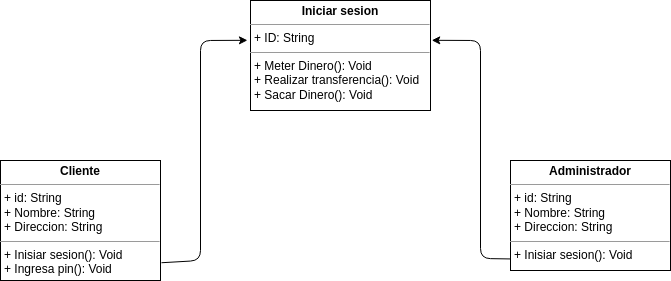
The draw.io diagram Casos de uso/Casos_de_uso_Gestion_cajero/Diagrama.drawio.png in JVC0/ETS, before a commit. Source tidied: cells renumbered, new cells last; positions are measured from the earlier drawing's top-left corner, leaving out a move shared by most shapes. Source of this version:
```xml
<mxGraphModel background="#FFFFFF">
  <root>
    <mxCell id="0" />
    <mxCell id="1" parent="0" />
    <mxCell id="2" style="edgeStyle=none;html=1;entryX=-0.017;entryY=0.362;entryDx=0;entryDy=0;entryPerimeter=0;exitX=1.006;exitY=0.852;exitDx=0;exitDy=0;exitPerimeter=0;" parent="1" edge="1" source="3" target="6">
      <mxGeometry relative="1" as="geometry">
        <Array as="points">
          <mxPoint x="200" y="260" />
          <mxPoint x="200" y="40" />
        </Array>
      </mxGeometry>
    </mxCell>
    <mxCell id="3" value="&lt;p style=&quot;margin:0px;margin-top:4px;text-align:center;&quot;&gt;&lt;b&gt;Cliente&lt;/b&gt;&lt;/p&gt;&lt;hr size=&quot;1&quot;&gt;&lt;p style=&quot;margin:0px;margin-left:4px;&quot;&gt;+ id: String&lt;/p&gt;&lt;p style=&quot;border-color: var(--border-color); margin: 0px 0px 0px 4px;&quot;&gt;+ Nombre: String&lt;/p&gt;&lt;p style=&quot;border-color: var(--border-color); margin: 0px 0px 0px 4px;&quot;&gt;+ Direccion: String&lt;/p&gt;&lt;hr size=&quot;1&quot;&gt;&lt;p style=&quot;margin:0px;margin-left:4px;&quot;&gt;&lt;span style=&quot;background-color: initial;&quot;&gt;+ Inisiar sesion(): Void&lt;/span&gt;&lt;br&gt;&lt;/p&gt;&lt;p style=&quot;border-color: var(--border-color); margin: 0px 0px 0px 4px;&quot;&gt;&lt;span style=&quot;border-color: var(--border-color); background-color: initial;&quot;&gt;+ Ingresa pin(): Void&lt;/span&gt;&lt;br style=&quot;border-color: var(--border-color);&quot;&gt;&lt;/p&gt;&lt;div&gt;&lt;span style=&quot;border-color: var(--border-color); background-color: initial;&quot;&gt;&lt;br&gt;&lt;/span&gt;&lt;/div&gt;&lt;p style=&quot;margin:0px;margin-left:4px;&quot;&gt;&lt;br&gt;&lt;/p&gt;" style="verticalAlign=top;align=left;overflow=fill;fontSize=12;fontFamily=Helvetica;html=1;" parent="1" vertex="1">
      <mxGeometry y="160" width="160" height="120" as="geometry" />
    </mxCell>
    <mxCell id="4" style="edgeStyle=none;html=1;entryX=1.007;entryY=0.362;entryDx=0;entryDy=0;entryPerimeter=0;exitX=-0.001;exitY=0.895;exitDx=0;exitDy=0;exitPerimeter=0;" parent="1" edge="1" source="5" target="6">
      <mxGeometry relative="1" as="geometry">
        <Array as="points">
          <mxPoint x="480" y="258" />
          <mxPoint x="480" y="40" />
        </Array>
      </mxGeometry>
    </mxCell>
    <mxCell id="5" value="&lt;p style=&quot;margin:0px;margin-top:4px;text-align:center;&quot;&gt;&lt;b&gt;Administrador&lt;/b&gt;&lt;/p&gt;&lt;hr size=&quot;1&quot;&gt;&lt;p style=&quot;border-color: var(--border-color); margin: 0px 0px 0px 4px;&quot;&gt;+ id: String&lt;/p&gt;&lt;p style=&quot;border-color: var(--border-color); margin: 0px 0px 0px 4px;&quot;&gt;+ Nombre: String&lt;/p&gt;&lt;p style=&quot;border-color: var(--border-color); margin: 0px 0px 0px 4px;&quot;&gt;+ Direccion: String&lt;/p&gt;&lt;hr size=&quot;1&quot;&gt;&lt;p style=&quot;border-color: var(--border-color); margin: 0px 0px 0px 4px;&quot;&gt;&lt;span style=&quot;border-color: var(--border-color); background-color: initial;&quot;&gt;+ Inisiar sesion(): Void&lt;/span&gt;&lt;/p&gt;" style="verticalAlign=top;align=left;overflow=fill;fontSize=12;fontFamily=Helvetica;html=1;" parent="1" vertex="1">
      <mxGeometry x="510" y="160" width="160" height="110" as="geometry" />
    </mxCell>
    <mxCell id="6" value="&lt;p style=&quot;margin:0px;margin-top:4px;text-align:center;&quot;&gt;&lt;b&gt;Iniciar sesion&lt;/b&gt;&lt;/p&gt;&lt;hr size=&quot;1&quot;&gt;&lt;p style=&quot;margin:0px;margin-left:4px;&quot;&gt;+ ID: String&lt;/p&gt;&lt;hr size=&quot;1&quot;&gt;&lt;p style=&quot;margin:0px;margin-left:4px;&quot;&gt;+ Meter Dinero(): Void&lt;/p&gt;&lt;p style=&quot;margin:0px;margin-left:4px;&quot;&gt;+ Realizar transferencia(): Void&lt;br&gt;&lt;/p&gt;&lt;p style=&quot;margin:0px;margin-left:4px;&quot;&gt;+ Sacar Dinero(): Void&lt;/p&gt;" style="verticalAlign=top;align=left;overflow=fill;fontSize=12;fontFamily=Helvetica;html=1;" parent="1" vertex="1">
      <mxGeometry x="250" width="180" height="110" as="geometry" />
    </mxCell>
  </root>
</mxGraphModel>
```
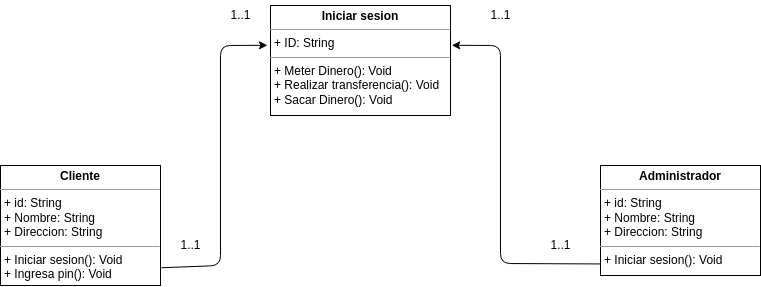
Later version of the same file.

Diff of the diagram source:
```diff
@@ -10,8 +10,8 @@
         </Array>
       </mxGeometry>
     </mxCell>
-    <mxCell id="3" value="&lt;p style=&quot;margin:0px;margin-top:4px;text-align:center;&quot;&gt;&lt;b&gt;Cliente&lt;/b&gt;&lt;/p&gt;&lt;hr size=&quot;1&quot;&gt;&lt;p style=&quot;margin:0px;margin-left:4px;&quot;&gt;+ id: String&lt;/p&gt;&lt;p style=&quot;border-color: var(--border-color); margin: 0px 0px 0px 4px;&quot;&gt;+ Nombre: String&lt;/p&gt;&lt;p style=&quot;border-color: var(--border-color); margin: 0px 0px 0px 4px;&quot;&gt;+ Direccion: String&lt;/p&gt;&lt;hr size=&quot;1&quot;&gt;&lt;p style=&quot;margin:0px;margin-left:4px;&quot;&gt;&lt;span style=&quot;background-color: initial;&quot;&gt;+ Inisiar sesion(): Void&lt;/span&gt;&lt;br&gt;&lt;/p&gt;&lt;p style=&quot;border-color: var(--border-color); margin: 0px 0px 0px 4px;&quot;&gt;&lt;span style=&quot;border-color: var(--border-color); background-color: initial;&quot;&gt;+ Ingresa pin(): Void&lt;/span&gt;&lt;br style=&quot;border-color: var(--border-color);&quot;&gt;&lt;/p&gt;&lt;div&gt;&lt;span style=&quot;border-color: var(--border-color); background-color: initial;&quot;&gt;&lt;br&gt;&lt;/span&gt;&lt;/div&gt;&lt;p style=&quot;margin:0px;margin-left:4px;&quot;&gt;&lt;br&gt;&lt;/p&gt;" style="verticalAlign=top;align=left;overflow=fill;fontSize=12;fontFamily=Helvetica;html=1;" parent="1" vertex="1">
-      <mxGeometry y="160" width="160" height="120" as="geometry" />
+    <mxCell id="3" value="&lt;p style=&quot;margin:0px;margin-top:4px;text-align:center;&quot;&gt;&lt;b&gt;Cliente&lt;/b&gt;&lt;/p&gt;&lt;hr size=&quot;1&quot;&gt;&lt;p style=&quot;margin:0px;margin-left:4px;&quot;&gt;+ id: String&lt;/p&gt;&lt;p style=&quot;border-color: var(--border-color); margin: 0px 0px 0px 4px;&quot;&gt;+ Nombre: String&lt;/p&gt;&lt;p style=&quot;border-color: var(--border-color); margin: 0px 0px 0px 4px;&quot;&gt;+ Direccion: String&lt;/p&gt;&lt;hr size=&quot;1&quot;&gt;&lt;p style=&quot;margin:0px;margin-left:4px;&quot;&gt;&lt;span style=&quot;background-color: initial;&quot;&gt;+ Iniciar sesion(): Void&lt;/span&gt;&lt;br&gt;&lt;/p&gt;&lt;p style=&quot;border-color: var(--border-color); margin: 0px 0px 0px 4px;&quot;&gt;&lt;span style=&quot;border-color: var(--border-color); background-color: initial;&quot;&gt;+ Ingresa pin(): Void&lt;/span&gt;&lt;br style=&quot;border-color: var(--border-color);&quot;&gt;&lt;/p&gt;&lt;div&gt;&lt;span style=&quot;border-color: var(--border-color); background-color: initial;&quot;&gt;&lt;br&gt;&lt;/span&gt;&lt;/div&gt;&lt;p style=&quot;margin:0px;margin-left:4px;&quot;&gt;&lt;br&gt;&lt;/p&gt;" style="verticalAlign=top;align=left;overflow=fill;fontSize=12;fontFamily=Helvetica;html=1;" parent="1" vertex="1">
+      <mxGeometry x="-20" y="160" width="160" height="120" as="geometry" />
     </mxCell>
     <mxCell id="4" style="edgeStyle=none;html=1;entryX=1.007;entryY=0.362;entryDx=0;entryDy=0;entryPerimeter=0;exitX=-0.001;exitY=0.895;exitDx=0;exitDy=0;exitPerimeter=0;" parent="1" edge="1" source="5" target="6">
       <mxGeometry relative="1" as="geometry">
@@ -21,11 +21,23 @@
         </Array>
       </mxGeometry>
     </mxCell>
-    <mxCell id="5" value="&lt;p style=&quot;margin:0px;margin-top:4px;text-align:center;&quot;&gt;&lt;b&gt;Administrador&lt;/b&gt;&lt;/p&gt;&lt;hr size=&quot;1&quot;&gt;&lt;p style=&quot;border-color: var(--border-color); margin: 0px 0px 0px 4px;&quot;&gt;+ id: String&lt;/p&gt;&lt;p style=&quot;border-color: var(--border-color); margin: 0px 0px 0px 4px;&quot;&gt;+ Nombre: String&lt;/p&gt;&lt;p style=&quot;border-color: var(--border-color); margin: 0px 0px 0px 4px;&quot;&gt;+ Direccion: String&lt;/p&gt;&lt;hr size=&quot;1&quot;&gt;&lt;p style=&quot;border-color: var(--border-color); margin: 0px 0px 0px 4px;&quot;&gt;&lt;span style=&quot;border-color: var(--border-color); background-color: initial;&quot;&gt;+ Inisiar sesion(): Void&lt;/span&gt;&lt;/p&gt;" style="verticalAlign=top;align=left;overflow=fill;fontSize=12;fontFamily=Helvetica;html=1;" parent="1" vertex="1">
-      <mxGeometry x="510" y="160" width="160" height="110" as="geometry" />
+    <mxCell id="5" value="&lt;p style=&quot;margin:0px;margin-top:4px;text-align:center;&quot;&gt;&lt;b&gt;Administrador&lt;/b&gt;&lt;/p&gt;&lt;hr size=&quot;1&quot;&gt;&lt;p style=&quot;border-color: var(--border-color); margin: 0px 0px 0px 4px;&quot;&gt;+ id: String&lt;/p&gt;&lt;p style=&quot;border-color: var(--border-color); margin: 0px 0px 0px 4px;&quot;&gt;+ Nombre: String&lt;/p&gt;&lt;p style=&quot;border-color: var(--border-color); margin: 0px 0px 0px 4px;&quot;&gt;+ Direccion: String&lt;/p&gt;&lt;hr size=&quot;1&quot;&gt;&lt;p style=&quot;border-color: var(--border-color); margin: 0px 0px 0px 4px;&quot;&gt;&lt;span style=&quot;border-color: var(--border-color); background-color: initial;&quot;&gt;+ Iniciar sesion(): Void&lt;/span&gt;&lt;/p&gt;" style="verticalAlign=top;align=left;overflow=fill;fontSize=12;fontFamily=Helvetica;html=1;" parent="1" vertex="1">
+      <mxGeometry x="580" y="160" width="160" height="110" as="geometry" />
     </mxCell>
     <mxCell id="6" value="&lt;p style=&quot;margin:0px;margin-top:4px;text-align:center;&quot;&gt;&lt;b&gt;Iniciar sesion&lt;/b&gt;&lt;/p&gt;&lt;hr size=&quot;1&quot;&gt;&lt;p style=&quot;margin:0px;margin-left:4px;&quot;&gt;+ ID: String&lt;/p&gt;&lt;hr size=&quot;1&quot;&gt;&lt;p style=&quot;margin:0px;margin-left:4px;&quot;&gt;+ Meter Dinero(): Void&lt;/p&gt;&lt;p style=&quot;margin:0px;margin-left:4px;&quot;&gt;+ Realizar transferencia(): Void&lt;br&gt;&lt;/p&gt;&lt;p style=&quot;margin:0px;margin-left:4px;&quot;&gt;+ Sacar Dinero(): Void&lt;/p&gt;" style="verticalAlign=top;align=left;overflow=fill;fontSize=12;fontFamily=Helvetica;html=1;" parent="1" vertex="1">
       <mxGeometry x="250" width="180" height="110" as="geometry" />
     </mxCell>
+    <mxCell id="7" value="1..1" style="text;html=1;align=center;verticalAlign=middle;strokeColor=none;fillColor=none;" parent="1" vertex="1">
+      <mxGeometry x="460" y="-5" width="40" height="30" as="geometry" />
+    </mxCell>
+    <mxCell id="8" value="1..1" style="text;html=1;align=center;verticalAlign=middle;strokeColor=none;fillColor=none;" parent="1" vertex="1">
+      <mxGeometry x="520" y="225" width="40" height="30" as="geometry" />
+    </mxCell>
+    <mxCell id="9" value="1..1" style="text;html=1;align=center;verticalAlign=middle;strokeColor=none;fillColor=none;" parent="1" vertex="1">
+      <mxGeometry x="200" y="-5" width="40" height="30" as="geometry" />
+    </mxCell>
+    <mxCell id="10" value="1..1" style="text;html=1;align=center;verticalAlign=middle;strokeColor=none;fillColor=none;" parent="1" vertex="1">
+      <mxGeometry x="150" y="225" width="40" height="30" as="geometry" />
+    </mxCell>
   </root>
 </mxGraphModel>
```
